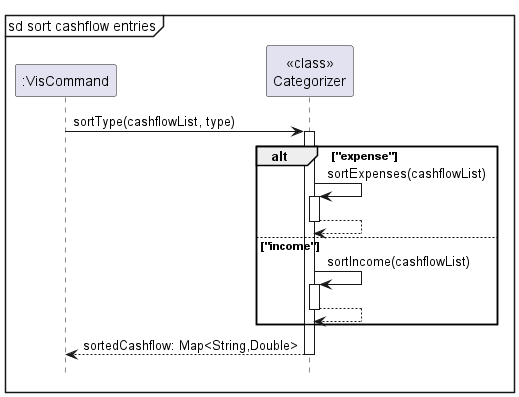
Above: docs/images/vis/categorizerSequence.png in nus-cs2113-AY2324S1/tp (PlantUML), before the change.
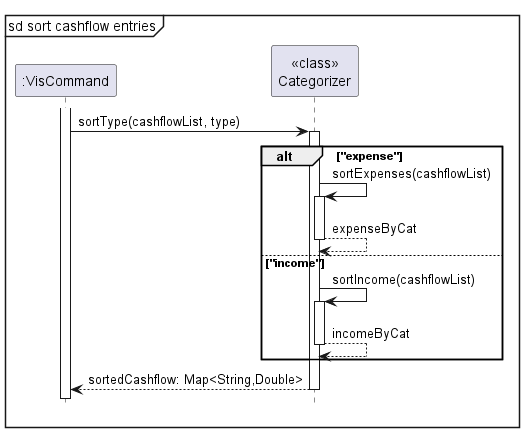
The same file after the commit.

Change to the diagram source:
```diff
@@ -7,14 +7,16 @@
 participant ":VisCommand"
 participant "<<class>>\nCategorizer"
 
+activate ":VisCommand"
+
 ":VisCommand"-> "<<class>>\nCategorizer": sortType(cashflowList, type)
 
 alt "expense"
     "<<class>>\nCategorizer" -> "<<class>>\nCategorizer": sortExpenses(cashflowList)
-    return
+    return expenseByCat
 else "income"
     "<<class>>\nCategorizer" -> "<<class>>\nCategorizer": sortIncome(cashflowList)
-    return
+    return incomeByCat
 end
 
 return sortedCashflow: Map<String,Double>
```
